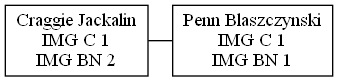
Before: Fase1/clientesEnEspera.png, a diagram exported from Graphviz (d-acetun/simulacion-sistema-impresion-de-imagenes). Its source is kept beside it as Fase1/clientesEnEspera.dot.
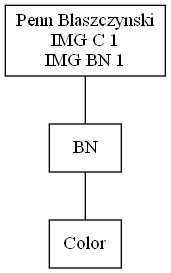
After the change.

Commit message:
Trabajando lista de clientes atendidos y eliminando de la cola de espera

The edit, as a diff of the source:
```diff
@@ -1,9 +1,10 @@
 digraph ClientesEnEspera {
 node[shape=box]
 edge[arrowhead=none]
-0 [label="Craggie Jackalin\nIMG C 1\nIMG BN 2"]
-1 [label="Penn Blaszczynski\nIMG C 1\nIMG BN 1"]
+0 [label="Penn Blaszczynski\nIMG C 1\nIMG BN 1"]
+1 [label=BN]
+2 [label=Color]
 0->1
-{rank=same; 0; 1}
+1->2
 rankdir=TB
 }
```
